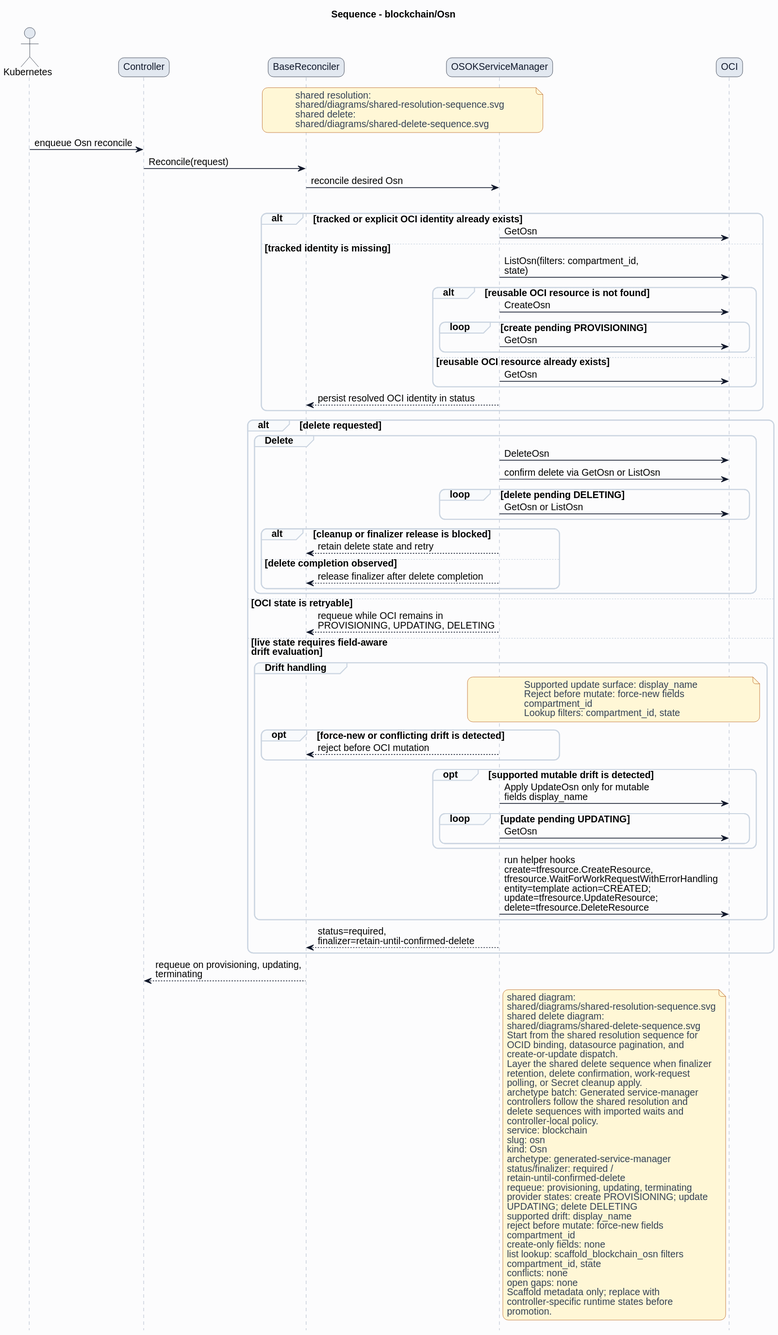
This is formal/controllers/blockchain/osn/diagrams/sequence.svg from HaoyL666/oci-service-operator, a PlantUML export, as it was before one commit. Its diagram source:
```plantuml
@startuml
skinparam shadowing false
skinparam backgroundColor #fcfcfd
skinparam defaultFontName Helvetica
skinparam defaultFontSize 14
skinparam arrowColor #0f172a
skinparam noteBackgroundColor #fff7d6
skinparam noteBorderColor #b45309
skinparam noteFontColor #334155
skinparam roundcorner 16
title Sequence - blockchain/Osn
hide footbox
skinparam sequence {
  actorBorderColor #0f172a
  actorBackgroundColor #e2e8f0
  participantBorderColor #0f172a
  participantBackgroundColor #e2e8f0
  participantFontColor #0f172a
  lifeLineBorderColor #94a3b8
  groupBorderColor #cbd5e1
  groupBackgroundColor #f8fafc
}
actor Kubernetes
participant Controller
participant BaseReconciler
participant "OSOKServiceManager" as ServiceManager
participant OCI
note over BaseReconciler,ServiceManager
shared resolution:
shared/diagrams/shared-resolution-sequence.svg
shared delete:
shared/diagrams/shared-delete-sequence.svg
end note
Kubernetes -> Controller: enqueue Osn reconcile
Controller -> BaseReconciler: Reconcile(request)
BaseReconciler -> ServiceManager: reconcile desired Osn
group Lookup and bind
alt tracked or explicit OCI identity already exists
ServiceManager -> OCI: GetOsn
else tracked identity is missing
ServiceManager -> OCI: ListOsn(filters: compartment_id,\nstate)
alt reusable OCI resource is not found
ServiceManager -> OCI: CreateOsn
loop create pending PROVISIONING
ServiceManager -> OCI: GetOsn
end
else reusable OCI resource already exists
ServiceManager -> OCI: GetOsn
end
ServiceManager --> BaseReconciler: persist resolved OCI identity in status
end
alt delete requested
group Delete
ServiceManager -> OCI: DeleteOsn
ServiceManager -> OCI: confirm delete via GetOsn or ListOsn
loop delete pending DELETING
ServiceManager -> OCI: GetOsn or ListOsn
end
alt cleanup or finalizer release is blocked
ServiceManager --> BaseReconciler: retain delete state and retry
else delete completion observed
ServiceManager --> BaseReconciler: release finalizer after delete completion
end
end
else OCI state is retryable
ServiceManager --> BaseReconciler: requeue while OCI remains in\nPROVISIONING, UPDATING, DELETING
else live state requires field-aware\ndrift evaluation
group Drift handling
note over ServiceManager,OCI
Supported update surface: display_name
Reject before mutate: force-new fields
compartment_id
Lookup filters: compartment_id, state
end note
opt force-new or conflicting drift is detected
ServiceManager --> BaseReconciler: reject before OCI mutation
end
opt supported mutable drift is detected
ServiceManager -> OCI: Apply UpdateOsn only for mutable\nfields display_name
loop update pending UPDATING
ServiceManager -> OCI: GetOsn
end
end
ServiceManager -> OCI: run helper hooks\ncreate=tfresource.CreateResource,\ntfresource.WaitForWorkRequestWithErrorHandling\nentity=template action=CREATED;\nupdate=tfresource.UpdateResource;\ndelete=tfresource.DeleteResource
end
ServiceManager --> BaseReconciler: status=required,\nfinalizer=retain-until-confirmed-delete
end
BaseReconciler --> Controller: requeue on provisioning, updating,\nterminating
note right of ServiceManager
shared diagram:
shared/diagrams/shared-resolution-sequence.svg
shared delete diagram:
shared/diagrams/shared-delete-sequence.svg
Start from the shared resolution sequence for
OCID binding, datasource pagination, and
create-or-update dispatch.
Layer the shared delete sequence when finalizer
retention, delete confirmation, work-request
polling, or Secret cleanup apply.
archetype batch: Generated service-manager
controllers follow the shared resolution and
delete sequences with imported waits and
controller-local policy.
service: blockchain
slug: osn
kind: Osn
archetype: generated-service-manager
status/finalizer: required /
retain-until-confirmed-delete
requeue: provisioning, updating, terminating
provider states: create PROVISIONING; update
UPDATING; delete DELETING
supported drift: display_name
reject before mutate: force-new fields
compartment_id
create-only fields: none
list lookup: scaffold_blockchain_osn filters
compartment_id, state
conflicts: none
open gaps: none
Scaffold metadata only; replace with
controller-specific runtime states before
promotion.
end note
@enduml
```
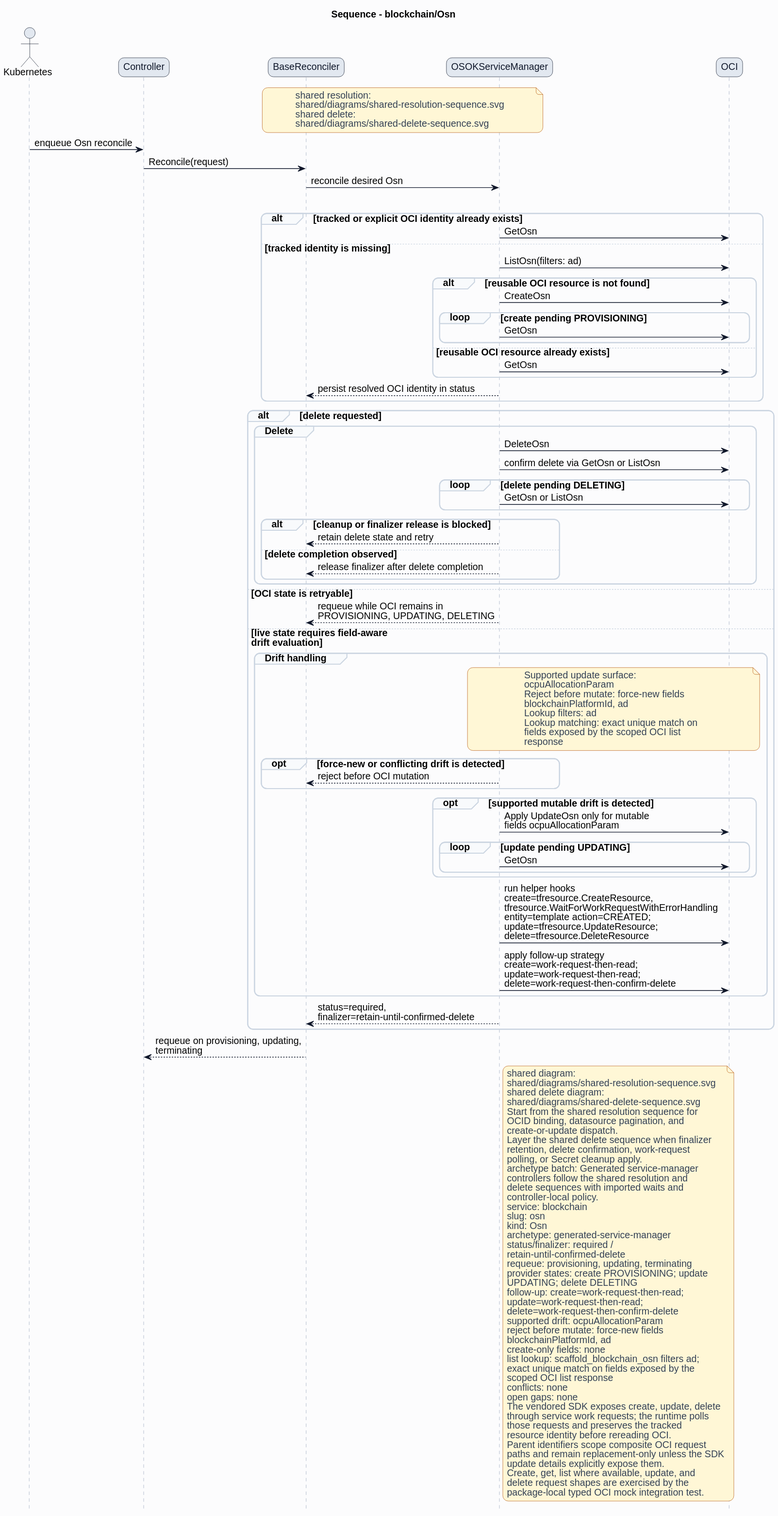
Later version of the same file.

What changed in the source:
```diff
@@ -38,7 +38,7 @@
 alt tracked or explicit OCI identity already exists
 ServiceManager -> OCI: GetOsn
 else tracked identity is missing
-ServiceManager -> OCI: ListOsn(filters: compartment_id,\nstate)
+ServiceManager -> OCI: ListOsn(filters: ad)
 alt reusable OCI resource is not found
 ServiceManager -> OCI: CreateOsn
 loop create pending PROVISIONING
@@ -67,21 +67,26 @@
 else live state requires field-aware\ndrift evaluation
 group Drift handling
 note over ServiceManager,OCI
-Supported update surface: display_name
+Supported update surface:
+ocpuAllocationParam
 Reject before mutate: force-new fields
-compartment_id
-Lookup filters: compartment_id, state
+blockchainPlatformId, ad
+Lookup filters: ad
+Lookup matching: exact unique match on
+fields exposed by the scoped OCI list
+response
 end note
 opt force-new or conflicting drift is detected
 ServiceManager --> BaseReconciler: reject before OCI mutation
 end
 opt supported mutable drift is detected
-ServiceManager -> OCI: Apply UpdateOsn only for mutable\nfields display_name
+ServiceManager -> OCI: Apply UpdateOsn only for mutable\nfields ocpuAllocationParam
 loop update pending UPDATING
 ServiceManager -> OCI: GetOsn
 end
 end
 ServiceManager -> OCI: run helper hooks\ncreate=tfresource.CreateResource,\ntfresource.WaitForWorkRequestWithErrorHandling\nentity=template action=CREATED;\nupdate=tfresource.UpdateResource;\ndelete=tfresource.DeleteResource
+ServiceManager -> OCI: apply follow-up strategy\ncreate=work-request-then-read;\nupdate=work-request-then-read;\ndelete=work-request-then-confirm-delete
 end
 ServiceManager --> BaseReconciler: status=required,\nfinalizer=retain-until-confirmed-delete
 end
@@ -110,16 +115,27 @@
 requeue: provisioning, updating, terminating
 provider states: create PROVISIONING; update
 UPDATING; delete DELETING
-supported drift: display_name
+follow-up: create=work-request-then-read;
+update=work-request-then-read;
+delete=work-request-then-confirm-delete
+supported drift: ocpuAllocationParam
 reject before mutate: force-new fields
-compartment_id
+blockchainPlatformId, ad
 create-only fields: none
-list lookup: scaffold_blockchain_osn filters
-compartment_id, state
+list lookup: scaffold_blockchain_osn filters ad;
+exact unique match on fields exposed by the
+scoped OCI list response
 conflicts: none
 open gaps: none
-Scaffold metadata only; replace with
-controller-specific runtime states before
-promotion.
+The vendored SDK exposes create, update, delete
+through service work requests; the runtime polls
+those requests and preserves the tracked
+resource identity before rereading OCI.
+Parent identifiers scope composite OCI request
+paths and remain replacement-only unless the SDK
+update details explicitly expose them.
+Create, get, list where available, update, and
+delete request shapes are exercised by the
+package-local typed OCI mock integration test.
 end note
 @enduml
```
